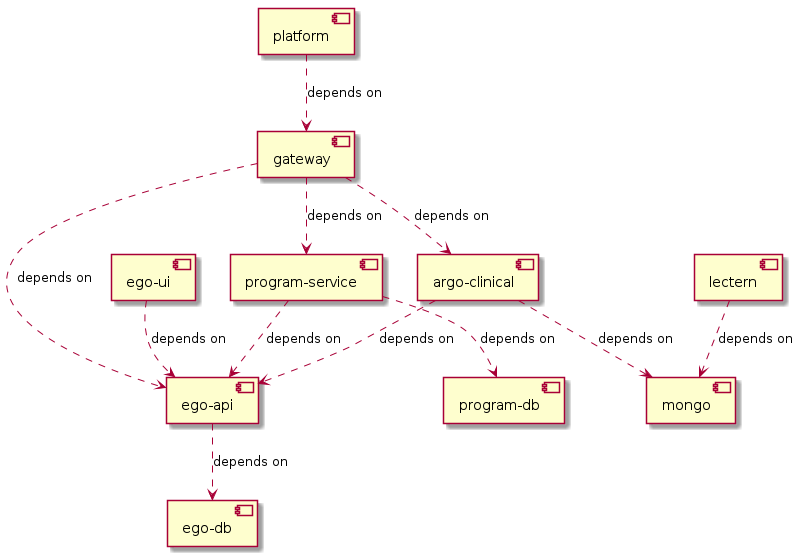
The PlantUML diagram compose/assets/relationship.png in icgc-argo/platform-ui, before a commit.
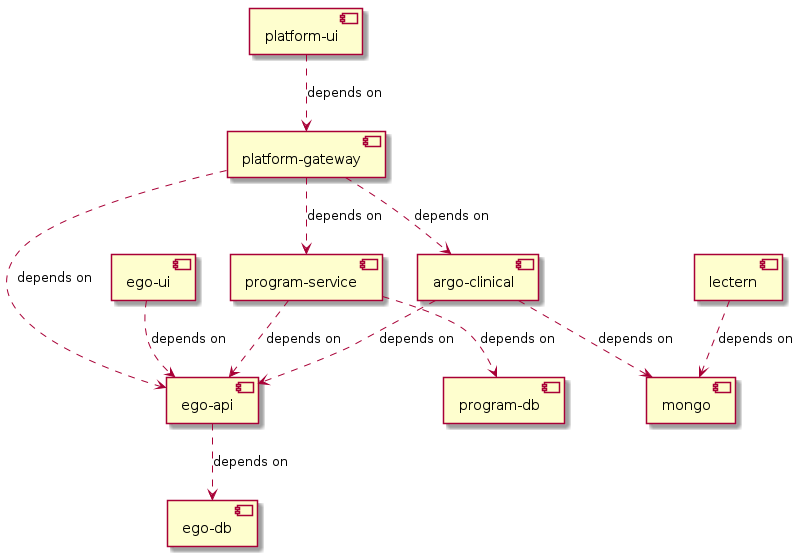
The same diagram one commit later.

Commit message:
🐳 updates docker-compose service name

Diff of the diagram source:
```diff
@@ -4,21 +4,21 @@
 [ego-api]
 [ego-db]
 [ego-ui]
-[gateway]
 [lectern]
 [mongo]
-[platform]
+[platform-gateway]
+[platform-ui]
 [program-db]
 [program-service]
 [argo-clinical] ..> [ego-api] : depends on
 [argo-clinical] ..> [mongo] : depends on
 [ego-api] ..> [ego-db] : depends on
 [ego-ui] ..> [ego-api] : depends on
-[gateway] ..> [argo-clinical] : depends on
-[gateway] ..> [ego-api] : depends on
-[gateway] ..> [program-service] : depends on
 [lectern] ..> [mongo] : depends on
-[platform] ..> [gateway] : depends on
+[platform-gateway] ..> [argo-clinical] : depends on
+[platform-gateway] ..> [ego-api] : depends on
+[platform-gateway] ..> [program-service] : depends on
+[platform-ui] ..> [platform-gateway] : depends on
 [program-service] ..> [ego-api] : depends on
 [program-service] ..> [program-db] : depends on
 
```
